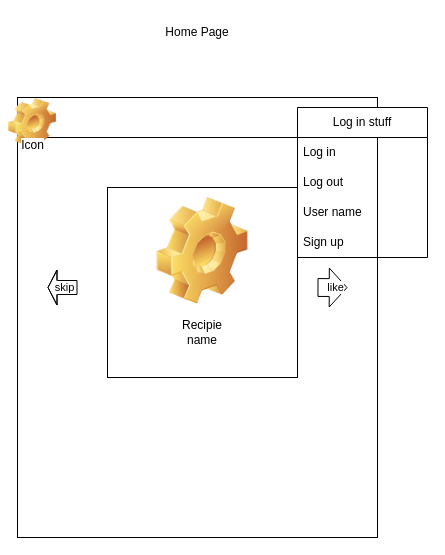
Earlier version of the draw.io diagram page "Page-2" (2 of 4) of uml.drawio (BopeChanUwU/CPSC272-Group-Project). Source tidied: cells renumbered, new cells numbered last; positions are measured from the earlier drawing's top-left corner, leaving out a move shared by most shapes. Both pictures are drawn from the tidied source at 100%, with x=0, y=0 at pixel (17, 17).
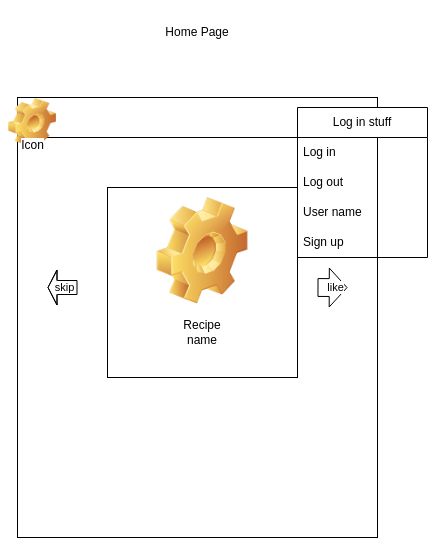
The same page after the edit.

What changed in the source:
```diff
@@
-    <mxCell id="10" value="Recipie name" style="text;html=1;align=center;verticalAlign=middle;whiteSpace=wrap;rounded=0;" parent="1" vertex="1">
+    <mxCell id="10" value="Recipe name" style="text;html=1;align=center;verticalAlign=middle;whiteSpace=wrap;rounded=0;" parent="1" vertex="1">
       <mxGeometry x="155" y="300" width="60" height="30" as="geometry" />
     </mxCell>
```
